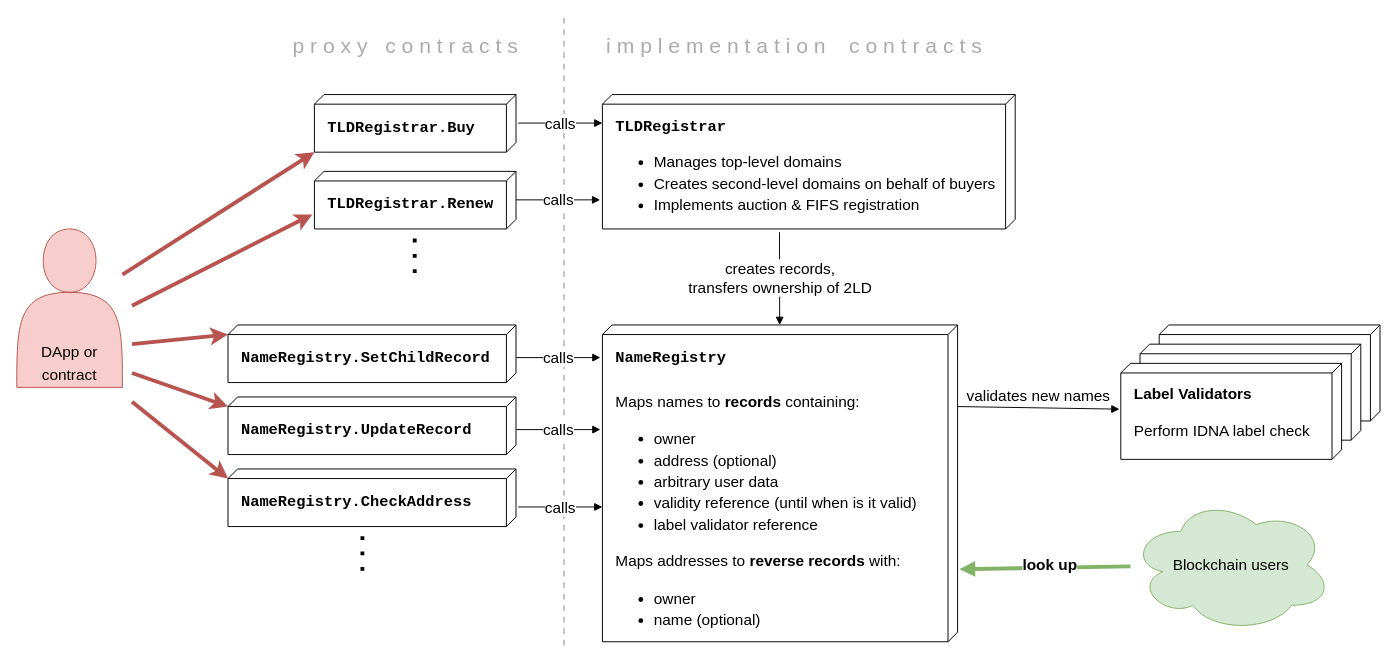
tezos-domains/docs keeps this draw.io diagram as .gitbook/assets/smart_contracts.drawio. Above is the earlier version. Source tidied: cells renumbered, new cells numbered last; positions are measured from the earlier drawing's top-left corner, leaving out a move shared by most shapes. Both pictures are drawn from the tidied source at 96%, with x=0, y=0 at pixel (16, 17).
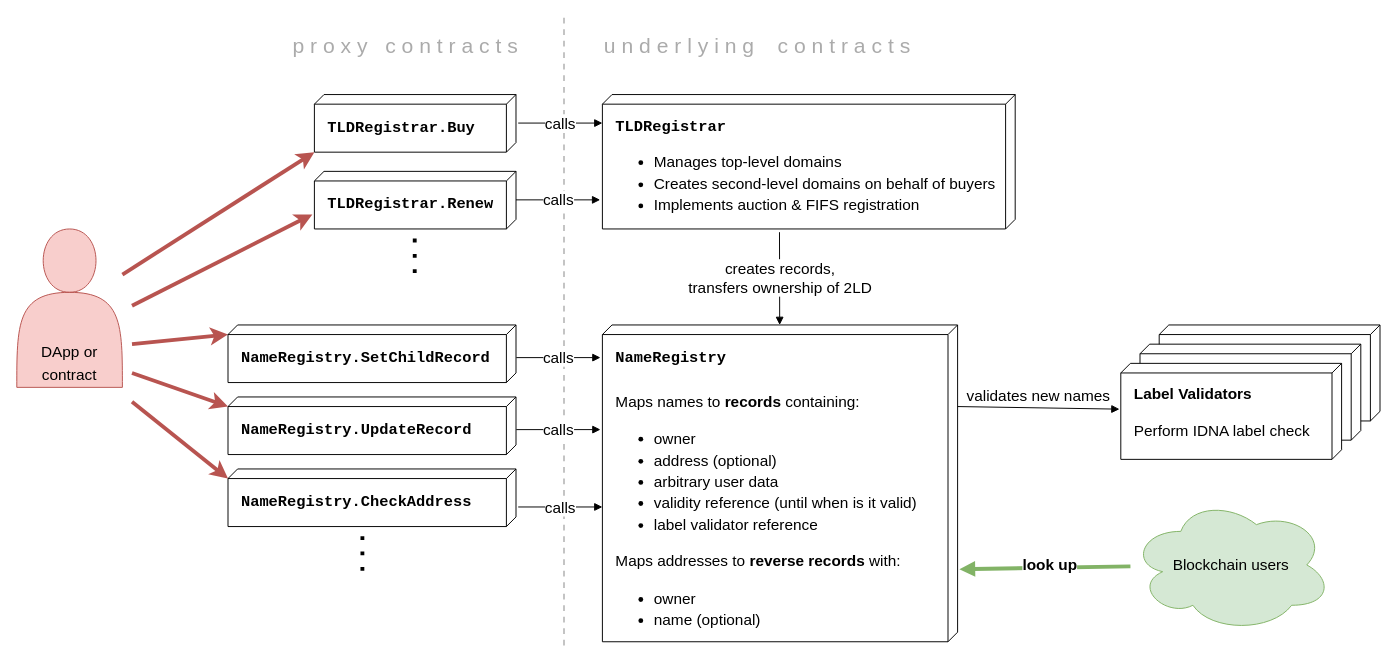
The same diagram, later.

Change to the diagram source:
```diff
@@
-    <mxCell id="31" value="i m p l e m e n t a t i o n&amp;nbsp; &amp;nbsp; c o n t r a c t s" style="text;html=1;strokeColor=none;fillColor=none;align=center;verticalAlign=middle;whiteSpace=wrap;rounded=0;fontSize=22;spacing=2;fontColor=#ABABAB;" parent="1" vertex="1">
-      <mxGeometry x="580" y="20" width="460" height="20" as="geometry" />
+    <mxCell id="31" value="u n d e r l y i n g&amp;nbsp; &amp;nbsp; c o n t r a c t s" style="text;html=1;strokeColor=none;fillColor=none;align=left;verticalAlign=middle;whiteSpace=wrap;rounded=0;fontSize=22;spacing=2;fontColor=#ABABAB;" parent="1" vertex="1">
+      <mxGeometry x="610" y="20" width="430" height="20" as="geometry" />
     </mxCell>
```
